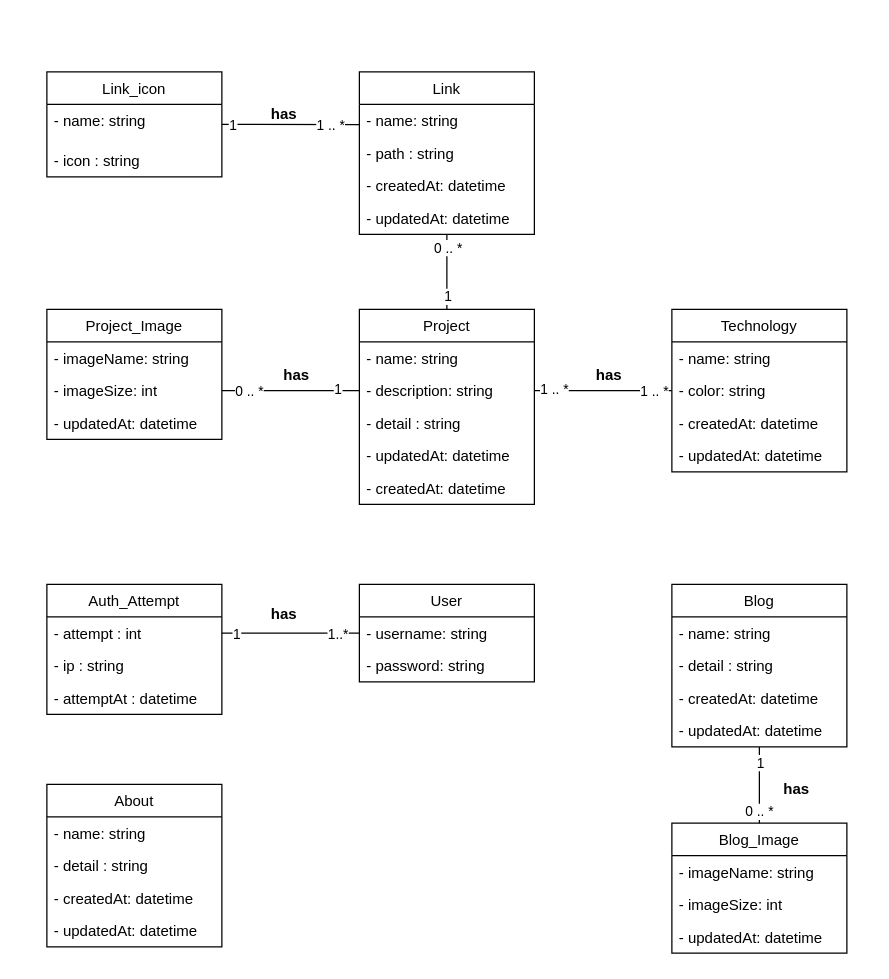
The draw.io diagram documents/diagramme-de-class.drawio in YoanMen/portfolio-symfony, before the edit. Source tidied: cells renumbered, new cells numbered last; positions are measured from the earlier drawing's top-left corner, leaving out a move shared by most shapes. Both pictures are drawn from the tidied source at 125%, with x=0, y=0 at pixel (46, 71).
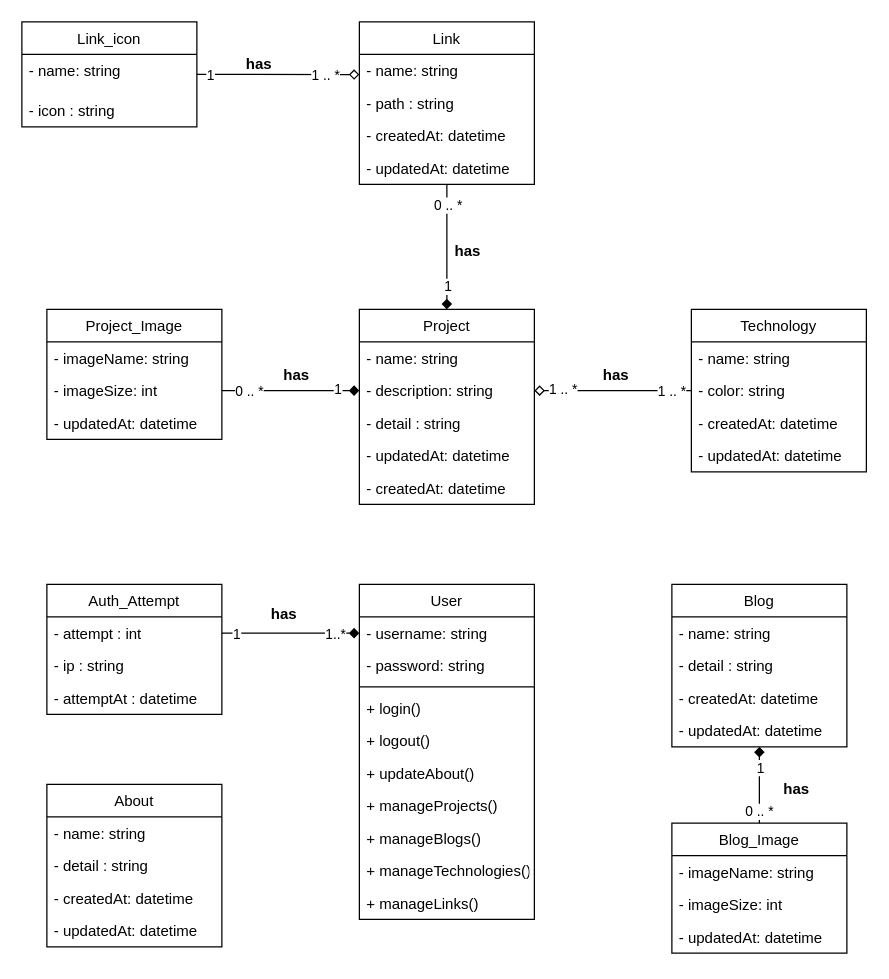
Above is the later version.

The change refers to these unchanged cells:
```xml
<mxCell id="3" value="- username: string" style="text;strokeColor=none;fillColor=none;align=left;verticalAlign=top;spacingLeft=4;spacingRight=4;overflow=hidden;points=[[0,0.5],[1,0.5]];portConstraint=eastwest;" parent="2" vertex="1">
  <mxGeometry y="26" width="140" height="26" as="geometry" />
</mxCell>
<mxCell id="8" value="Project" style="swimlane;fontStyle=0;horizontal=1;startSize=26;fillColor=none;" parent="1" vertex="1">
  <mxGeometry x="250" y="190" width="140" height="156" as="geometry" />
</mxCell>
<mxCell id="10" value="- description: string" style="text;strokeColor=none;fillColor=none;align=left;verticalAlign=top;spacingLeft=4;spacingRight=4;overflow=hidden;points=[[0,0.5],[1,0.5]];portConstraint=eastwest;" parent="8" vertex="1">
  <mxGeometry y="52" width="140" height="26" as="geometry" />
</mxCell>
<mxCell id="20" value="- attempt : int" style="text;strokeColor=none;fillColor=none;align=left;verticalAlign=top;spacingLeft=4;spacingRight=4;overflow=hidden;points=[[0,0.5],[1,0.5]];portConstraint=eastwest;" parent="19" vertex="1">
  <mxGeometry y="26" width="140" height="26" as="geometry" />
</mxCell>
<mxCell id="26" value="Blog" style="swimlane;fontStyle=0;horizontal=1;startSize=26;fillColor=none;" parent="1" vertex="1">
  <mxGeometry x="500" y="410" width="140" height="130" as="geometry" />
</mxCell>
<mxCell id="31" value="Blog_Image" style="swimlane;fontStyle=0;horizontal=1;startSize=26;fillColor=none;" parent="1" vertex="1">
  <mxGeometry x="500" y="601" width="140" height="104" as="geometry" />
</mxCell>
<mxCell id="36" value="- name: string" style="text;strokeColor=none;fillColor=none;align=left;verticalAlign=top;spacingLeft=4;spacingRight=4;overflow=hidden;points=[[0,0.5],[1,0.5]];portConstraint=eastwest;" parent="35" vertex="1">
  <mxGeometry y="26" width="140" height="26" as="geometry" />
</mxCell>
<mxCell id="39" value="- updatedAt: datetime" style="text;strokeColor=none;fillColor=none;align=left;verticalAlign=top;spacingLeft=4;spacingRight=4;overflow=hidden;points=[[0,0.5],[1,0.5]];portConstraint=eastwest;" parent="35" vertex="1">
  <mxGeometry y="104" width="140" height="26" as="geometry" />
</mxCell>
<mxCell id="41" value="- name: string" style="text;strokeColor=none;fillColor=none;align=left;verticalAlign=top;spacingLeft=4;spacingRight=4;overflow=hidden;points=[[0,0.5],[1,0.5]];portConstraint=eastwest;" parent="40" vertex="1">
  <mxGeometry y="26" width="140" height="32" as="geometry" />
</mxCell>
<mxCell id="45" value="- imageSize: int" style="text;strokeColor=none;fillColor=none;align=left;verticalAlign=top;spacingLeft=4;spacingRight=4;overflow=hidden;points=[[0,0.5],[1,0.5]];portConstraint=eastwest;" parent="43" vertex="1">
  <mxGeometry y="52" width="140" height="26" as="geometry" />
</mxCell>
<mxCell id="49" value="- color: string" style="text;strokeColor=none;fillColor=none;align=left;verticalAlign=top;spacingLeft=4;spacingRight=4;overflow=hidden;points=[[0,0.5],[1,0.5]];portConstraint=eastwest;" parent="47" vertex="1">
  <mxGeometry y="52" width="140" height="26" as="geometry" />
</mxCell>
```

What changed in the source:
```diff
@@
     <mxCell id="2" value="User" style="swimlane;fontStyle=0;horizontal=1;startSize=26;fillColor=none;" parent="1" vertex="1">
-      <mxGeometry x="250" y="410" width="140" height="78" as="geometry" />
+      <mxGeometry x="250" y="410" width="140" height="268" as="geometry" />
     </mxCell>
@@
+    <mxCell id="69" style="line;strokeWidth=1;fillColor=none;align=left;verticalAlign=middle;spacingTop=-1;spacingLeft=3;spacingRight=3;labelPosition=right;strokeColor=inherit;" parent="2" vertex="1">
+      <mxGeometry y="78" width="140" height="8" as="geometry" />
+    </mxCell>
+    <mxCell id="70" value="+ login()" style="text;strokeColor=none;fillColor=none;align=left;verticalAlign=top;spacingLeft=4;spacingRight=4;overflow=hidden;" parent="2" vertex="1">
+      <mxGeometry y="86" width="140" height="26" as="geometry" />
+    </mxCell>
+    <mxCell id="71" value="+ logout()" style="text;strokeColor=none;fillColor=none;align=left;verticalAlign=top;spacingLeft=4;spacingRight=4;overflow=hidden;" parent="2" vertex="1">
+      <mxGeometry y="112" width="140" height="26" as="geometry" />
+    </mxCell>
+    <mxCell id="72" value="+ updateAbout()" style="text;strokeColor=none;fillColor=none;align=left;verticalAlign=top;spacingLeft=4;spacingRight=4;overflow=hidden;" parent="2" vertex="1">
+      <mxGeometry y="138" width="140" height="26" as="geometry" />
+    </mxCell>
+    <mxCell id="73" value="+ manageProjects()" style="text;strokeColor=none;fillColor=none;align=left;verticalAlign=top;spacingLeft=4;spacingRight=4;overflow=hidden;" parent="2" vertex="1">
+      <mxGeometry y="164" width="140" height="26" as="geometry" />
+    </mxCell>
+    <mxCell id="74" value="+ manageBlogs()" style="text;strokeColor=none;fillColor=none;align=left;verticalAlign=top;spacingLeft=4;spacingRight=4;overflow=hidden;" parent="2" vertex="1">
+      <mxGeometry y="190" width="140" height="26" as="geometry" />
+    </mxCell>
+    <mxCell id="75" value="+ manageTechnologies()" style="text;strokeColor=none;fillColor=none;align=left;verticalAlign=top;spacingLeft=4;spacingRight=4;overflow=hidden;" parent="2" vertex="1">
+      <mxGeometry y="216" width="140" height="26" as="geometry" />
+    </mxCell>
+    <mxCell id="76" value="+ manageLinks()" style="text;strokeColor=none;fillColor=none;align=left;verticalAlign=top;spacingLeft=4;spacingRight=4;overflow=hidden;" parent="2" vertex="1">
+      <mxGeometry y="242" width="140" height="26" as="geometry" />
+    </mxCell>
-    <mxCell id="5" style="edgeStyle=none;html=1;exitX=0.5;exitY=0;exitDx=0;exitDy=0;entryX=0.5;entryY=1;entryDx=0;entryDy=0;entryPerimeter=0;endArrow=none;endFill=0;" parent="1" edge="1" source="8" target="39">
+    <mxCell id="5" style="edgeStyle=none;html=1;exitX=0.5;exitY=0;exitDx=0;exitDy=0;entryX=0.5;entryY=1;entryDx=0;entryDy=0;entryPerimeter=0;endArrow=none;endFill=0;startArrow=diamond;startFill=1;" parent="1" edge="1" source="8" target="39">
       <mxGeometry relative="1" as="geometry" />
     </mxCell>
     <mxCell id="6" value="1" style="edgeLabel;html=1;align=center;verticalAlign=middle;" parent="5" vertex="1">
       <mxGeometry x="-0.7" relative="1" as="geometry">
-        <mxPoint y="-2" as="offset" />
+        <mxPoint y="-4" as="offset" />
       </mxGeometry>
     </mxCell>
@@
-    <mxCell id="23" style="edgeStyle=none;html=1;exitX=0.5;exitY=1;exitDx=0;exitDy=0;entryX=0.5;entryY=0;entryDx=0;entryDy=0;endArrow=none;endFill=0;" parent="1" edge="1" source="26" target="31">
+    <mxCell id="23" style="edgeStyle=none;html=1;exitX=0.5;exitY=1;exitDx=0;exitDy=0;entryX=0.5;entryY=0;entryDx=0;entryDy=0;endArrow=none;endFill=0;startArrow=diamond;startFill=1;" parent="1" edge="1" source="26" target="31">
       <mxGeometry relative="1" as="geometry" />
     </mxCell>
     <mxCell id="24" value="1" style="edgeLabel;html=1;align=center;verticalAlign=middle;" parent="23" vertex="1">
-      <mxGeometry x="-0.62" relative="1" as="geometry" />
+      <mxGeometry x="-0.62" relative="1" as="geometry">
+        <mxPoint y="4" as="offset" />
+      </mxGeometry>
     </mxCell>
@@
     <mxCell id="35" value="Link" style="swimlane;fontStyle=0;horizontal=1;startSize=26;fillColor=none;" parent="1" vertex="1">
-      <mxGeometry x="250" width="140" height="130" as="geometry" />
+      <mxGeometry x="250" y="-40" width="140" height="130" as="geometry" />
     </mxCell>
@@
     <mxCell id="40" value="Link_icon" style="swimlane;fontStyle=0;horizontal=1;startSize=26;fillColor=none;" parent="1" vertex="1">
-      <mxGeometry width="140" height="84" as="geometry" />
+      <mxGeometry x="-20" y="-40" width="140" height="84" as="geometry" />
     </mxCell>
@@
     <mxCell id="47" value="Technology" style="swimlane;fontStyle=0;horizontal=1;startSize=26;fillColor=none;" parent="1" vertex="1">
-      <mxGeometry x="500" y="190" width="140" height="130" as="geometry" />
+      <mxGeometry x="515.6" y="190" width="140" height="130" as="geometry" />
     </mxCell>
@@
-    <mxCell id="52" style="edgeStyle=none;html=1;exitX=1;exitY=0.5;exitDx=0;exitDy=0;entryX=0;entryY=0.5;entryDx=0;entryDy=0;endArrow=none;endFill=0;" parent="1" edge="1" source="20" target="3">
+    <mxCell id="52" style="edgeStyle=none;html=1;exitX=1;exitY=0.5;exitDx=0;exitDy=0;entryX=0;entryY=0.5;entryDx=0;entryDy=0;endArrow=diamond;endFill=1;" parent="1" edge="1" source="20" target="3">
       <mxGeometry relative="1" as="geometry" />
     </mxCell>
@@
     <mxCell id="54" value="1..*" style="edgeLabel;html=1;align=center;verticalAlign=middle;" parent="52" vertex="1">
-      <mxGeometry x="0.68" relative="1" as="geometry" />
+      <mxGeometry x="0.68" relative="1" as="geometry">
+        <mxPoint x="-2" as="offset" />
+      </mxGeometry>
     </mxCell>
@@
-    <mxCell id="56" style="edgeStyle=none;html=1;exitX=1;exitY=0.5;exitDx=0;exitDy=0;entryX=0;entryY=0.5;entryDx=0;entryDy=0;endArrow=none;endFill=0;" parent="1" edge="1" source="45" target="10">
-      <mxGeometry relative="1" as="geometry" />
+    <mxCell id="56" style="edgeStyle=none;html=1;entryX=0;entryY=0.5;entryDx=0;entryDy=0;endArrow=diamond;endFill=1;" parent="1" edge="1" target="10">
+      <mxGeometry relative="1" as="geometry">
+        <mxPoint x="140" y="255" as="sourcePoint" />
+      </mxGeometry>
     </mxCell>
@@
-    <mxCell id="59" style="edgeStyle=none;html=1;exitX=1;exitY=0.5;exitDx=0;exitDy=0;entryX=0;entryY=0.623;entryDx=0;entryDy=0;entryPerimeter=0;endArrow=none;endFill=0;" parent="1" edge="1" source="41" target="36">
+    <mxCell id="59" style="edgeStyle=none;html=1;exitX=1;exitY=0.5;exitDx=0;exitDy=0;entryX=0;entryY=0.623;entryDx=0;entryDy=0;entryPerimeter=0;endArrow=diamond;endFill=0;" parent="1" edge="1" source="41" target="36">
       <mxGeometry relative="1" as="geometry" />
     </mxCell>
@@
     <mxCell id="62" value="has" style="text;align=center;fontStyle=1;verticalAlign=middle;spacingLeft=3;spacingRight=3;strokeColor=none;" parent="1" vertex="1">
-      <mxGeometry x="150" y="20" width="80" height="26" as="geometry" />
+      <mxGeometry x="130" y="-20" width="80" height="26" as="geometry" />
     </mxCell>
-    <mxCell id="63" style="edgeStyle=none;html=1;exitX=1;exitY=0.5;exitDx=0;exitDy=0;entryX=0;entryY=0.5;entryDx=0;entryDy=0;endArrow=none;endFill=0;" parent="1" edge="1" source="10" target="49">
+    <mxCell id="63" style="edgeStyle=none;html=1;exitX=1;exitY=0.5;exitDx=0;exitDy=0;entryX=0;entryY=0.5;entryDx=0;entryDy=0;endArrow=none;endFill=0;startArrow=diamond;startFill=0;" parent="1" edge="1" source="10" target="49">
       <mxGeometry relative="1" as="geometry" />
     </mxCell>
     <mxCell id="64" value="1 .. *" style="edgeLabel;html=1;align=center;verticalAlign=middle;" parent="63" vertex="1">
       <mxGeometry x="-0.79" y="2" relative="1" as="geometry">
-        <mxPoint x="3" as="offset" />
+        <mxPoint x="9" as="offset" />
       </mxGeometry>
     </mxCell>
@@
     <mxCell id="67" value="has" style="text;align=center;fontStyle=1;verticalAlign=middle;spacingLeft=3;spacingRight=3;strokeColor=none;" parent="1" vertex="1">
-      <mxGeometry x="410" y="229" width="80" height="26" as="geometry" />
+      <mxGeometry x="415.6" y="229" width="80" height="26" as="geometry" />
     </mxCell>
@@
+    <mxCell id="77" value="has" style="text;align=center;fontStyle=1;verticalAlign=middle;spacingLeft=3;spacingRight=3;strokeColor=none;" parent="1" vertex="1">
+      <mxGeometry x="297" y="130" width="80" height="26" as="geometry" />
+    </mxCell>
```
